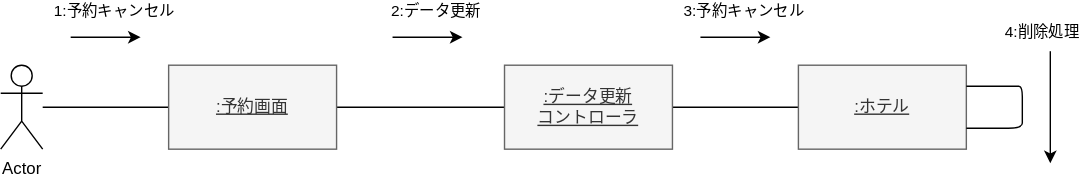
Before: 演習５-2_CD_予約登録削除.drawio.svg, a diagram exported from draw.io (yoshiokaharuto/uml-introduction). Source tidied: cells renumbered, new cells last; positions are measured from the earlier drawing's top-left corner, leaving out a move shared by most shapes. Its diagram source:
```xml
<mxGraphModel>
  <root>
    <mxCell id="0" />
    <mxCell id="1" parent="0" />
    <mxCell id="2" style="edgeStyle=none;html=1;endArrow=none;endFill=0;" parent="1" edge="1" source="3">
      <mxGeometry relative="1" as="geometry">
        <mxPoint x="120" y="50" as="targetPoint" />
      </mxGeometry>
    </mxCell>
    <mxCell id="3" value="Actor" style="shape=umlActor;verticalLabelPosition=bottom;verticalAlign=top;html=1;outlineConnect=0;" parent="1" vertex="1">
      <mxGeometry y="20" width="30" height="60" as="geometry" />
    </mxCell>
    <mxCell id="4" style="edgeStyle=none;html=1;endArrow=none;endFill=0;" parent="1" edge="1" source="5" target="7">
      <mxGeometry relative="1" as="geometry" />
    </mxCell>
    <mxCell id="5" value="&lt;u&gt;:予約画面&lt;/u&gt;" style="whiteSpace=wrap;html=1;verticalAlign=middle;labelPosition=center;verticalLabelPosition=middle;align=center;fillColor=#f5f5f5;fontColor=#333333;strokeColor=#666666;" parent="1" vertex="1">
      <mxGeometry x="120" y="20" width="120" height="60" as="geometry" />
    </mxCell>
    <mxCell id="6" style="edgeStyle=none;html=1;endArrow=none;endFill=0;" parent="1" edge="1" source="7" target="8">
      <mxGeometry relative="1" as="geometry" />
    </mxCell>
    <mxCell id="7" value=":データ更新&lt;br&gt;コントローラ" style="whiteSpace=wrap;html=1;fillColor=#f5f5f5;strokeColor=#666666;fontColor=#333333;fontStyle=4;" parent="1" vertex="1">
      <mxGeometry x="360" y="20" width="120" height="60" as="geometry" />
    </mxCell>
    <mxCell id="8" value=":ホテル" style="whiteSpace=wrap;html=1;fillColor=#f5f5f5;strokeColor=#666666;fontColor=#333333;fontStyle=4;" parent="1" vertex="1">
      <mxGeometry x="570" y="20" width="120" height="60" as="geometry" />
    </mxCell>
    <mxCell id="9" style="endArrow=none;html=1;exitX=1;exitY=0.25;exitDx=0;exitDy=0;entryX=1;entryY=0.75;entryDx=0;entryDy=0;fontSize=11;" parent="1" edge="1" source="8" target="8">
      <mxGeometry relative="1" as="geometry">
        <Array as="points">
          <mxPoint x="720" y="35" />
          <mxPoint x="730" y="35" />
          <mxPoint x="730" y="50" />
          <mxPoint x="730" y="65" />
        </Array>
      </mxGeometry>
    </mxCell>
    <mxCell id="10" style="endArrow=classic;html=1;" parent="1" edge="1">
      <mxGeometry relative="1" as="geometry">
        <mxPoint x="50" as="sourcePoint" />
        <mxPoint x="100" as="targetPoint" />
        <Array as="points">
          <mxPoint x="100" />
        </Array>
      </mxGeometry>
    </mxCell>
    <mxCell id="11" value="1:予約キャンセル" style="edgeLabel;html=1;align=center;verticalAlign=middle;" parent="10" vertex="1">
      <mxGeometry x="0.47" relative="1" as="geometry">
        <mxPoint x="-7" y="-20" as="offset" />
      </mxGeometry>
    </mxCell>
    <mxCell id="12" style="endArrow=classic;html=1;" parent="1" edge="1">
      <mxGeometry relative="1" as="geometry">
        <mxPoint x="280" as="sourcePoint" />
        <mxPoint x="330" as="targetPoint" />
        <Array as="points">
          <mxPoint x="330" />
        </Array>
      </mxGeometry>
    </mxCell>
    <mxCell id="13" value="2:データ更新" style="edgeLabel;html=1;align=center;verticalAlign=middle;" parent="12" vertex="1">
      <mxGeometry x="0.47" relative="1" as="geometry">
        <mxPoint x="-7" y="-20" as="offset" />
      </mxGeometry>
    </mxCell>
    <mxCell id="14" style="endArrow=classic;html=1;" parent="1" edge="1">
      <mxGeometry relative="1" as="geometry">
        <mxPoint x="500" as="sourcePoint" />
        <mxPoint x="550" as="targetPoint" />
        <Array as="points">
          <mxPoint x="550" />
        </Array>
      </mxGeometry>
    </mxCell>
    <mxCell id="15" value="3:予約キャンセル" style="edgeLabel;html=1;align=center;verticalAlign=middle;" parent="14" vertex="1">
      <mxGeometry x="0.47" relative="1" as="geometry">
        <mxPoint x="-7" y="-20" as="offset" />
      </mxGeometry>
    </mxCell>
    <mxCell id="16" style="endArrow=classic;html=1;" parent="1" edge="1">
      <mxGeometry relative="1" as="geometry">
        <mxPoint x="750" y="10" as="sourcePoint" />
        <mxPoint x="750" y="90" as="targetPoint" />
        <Array as="points">
          <mxPoint x="750" y="90" />
        </Array>
      </mxGeometry>
    </mxCell>
    <mxCell id="17" value="4:削除処理" style="edgeLabel;html=1;align=center;verticalAlign=middle;" parent="16" vertex="1">
      <mxGeometry x="0.47" relative="1" as="geometry">
        <mxPoint x="-7" y="-74" as="offset" />
      </mxGeometry>
    </mxCell>
  </root>
</mxGraphModel>
```
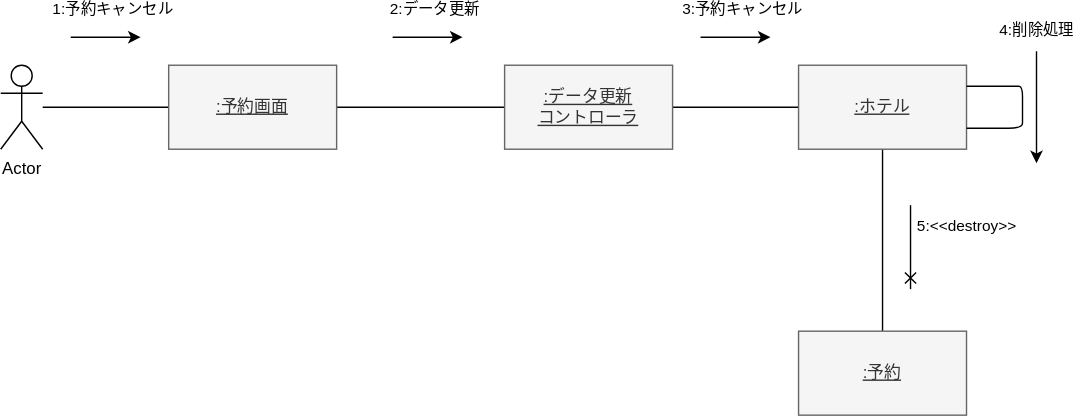
After the change.

The edit, as a diff of the source:
```diff
@@ -22,6 +22,9 @@
     <mxCell id="7" value=":データ更新&lt;br&gt;コントローラ" style="whiteSpace=wrap;html=1;fillColor=#f5f5f5;strokeColor=#666666;fontColor=#333333;fontStyle=4;" parent="1" vertex="1">
       <mxGeometry x="360" y="20" width="120" height="60" as="geometry" />
     </mxCell>
+    <mxCell id="18" style="edgeStyle=none;html=1;endArrow=none;endFill=0;" parent="1" edge="1" source="8" target="19">
+      <mxGeometry relative="1" as="geometry" />
+    </mxCell>
     <mxCell id="8" value=":ホテル" style="whiteSpace=wrap;html=1;fillColor=#f5f5f5;strokeColor=#666666;fontColor=#333333;fontStyle=4;" parent="1" vertex="1">
       <mxGeometry x="570" y="20" width="120" height="60" as="geometry" />
     </mxCell>
@@ -79,17 +82,34 @@
     </mxCell>
     <mxCell id="16" style="endArrow=classic;html=1;" parent="1" edge="1">
       <mxGeometry relative="1" as="geometry">
-        <mxPoint x="750" y="10" as="sourcePoint" />
-        <mxPoint x="750" y="90" as="targetPoint" />
+        <mxPoint x="740" y="10" as="sourcePoint" />
+        <mxPoint x="740" y="90" as="targetPoint" />
         <Array as="points">
-          <mxPoint x="750" y="90" />
+          <mxPoint x="740" y="90" />
         </Array>
       </mxGeometry>
     </mxCell>
     <mxCell id="17" value="4:削除処理" style="edgeLabel;html=1;align=center;verticalAlign=middle;" parent="16" vertex="1">
       <mxGeometry x="0.47" relative="1" as="geometry">
-        <mxPoint x="-7" y="-74" as="offset" />
+        <mxPoint y="-74" as="offset" />
       </mxGeometry>
     </mxCell>
+    <mxCell id="19" value=":予約" style="whiteSpace=wrap;html=1;fillColor=#f5f5f5;strokeColor=#666666;fontColor=#333333;fontStyle=4;" parent="1" vertex="1">
+      <mxGeometry x="570" y="210" width="120" height="60" as="geometry" />
+    </mxCell>
+    <mxCell id="20" style="endArrow=cross;html=1;endFill=0;" parent="1" edge="1">
+      <mxGeometry relative="1" as="geometry">
+        <mxPoint x="650" y="120" as="sourcePoint" />
+        <mxPoint x="650" y="180" as="targetPoint" />
+        <Array as="points">
+          <mxPoint x="650" y="180" />
+        </Array>
+      </mxGeometry>
+    </mxCell>
+    <mxCell id="21" value="5:&amp;lt;&amp;lt;destroy&amp;gt;&amp;gt;" style="edgeLabel;html=1;align=center;verticalAlign=middle;" parent="20" vertex="1">
+      <mxGeometry x="0.47" relative="1" as="geometry">
+        <mxPoint x="40" y="-29" as="offset" />
+      </mxGeometry>
+    </mxCell>
   </root>
 </mxGraphModel>
```
